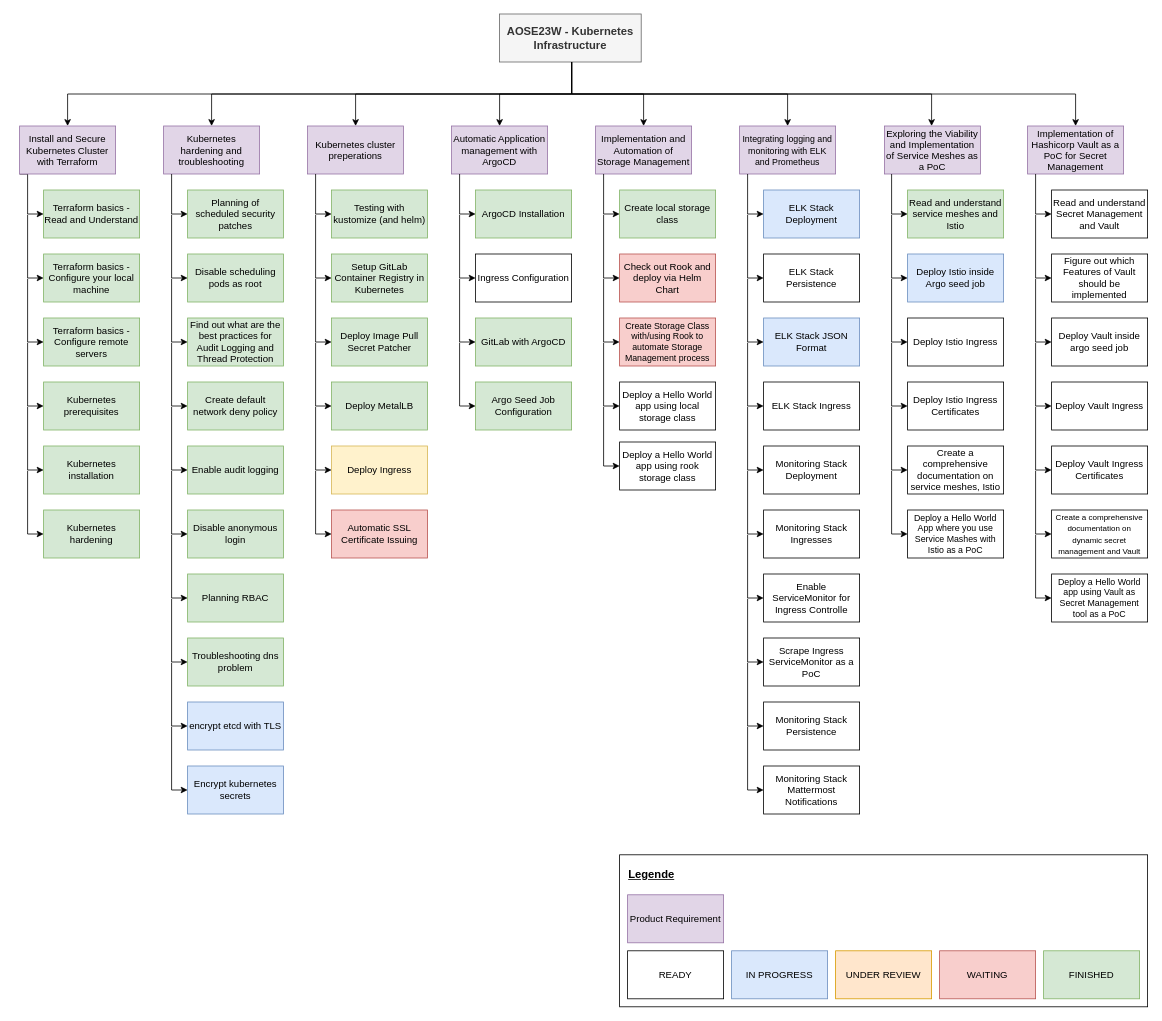
pogii123/drawio-charts keeps this draw.io diagram as uni-bsc/product-requirements-kubernetes-infrastructure.drawio. Above is the earlier version. Source tidied: cells renumbered, new cells numbered last; positions are measured from the earlier drawing's top-left corner, leaving out a move shared by most shapes. Both pictures are drawn from the tidied source at 80%, with x=0, y=0 at pixel (19, 14).
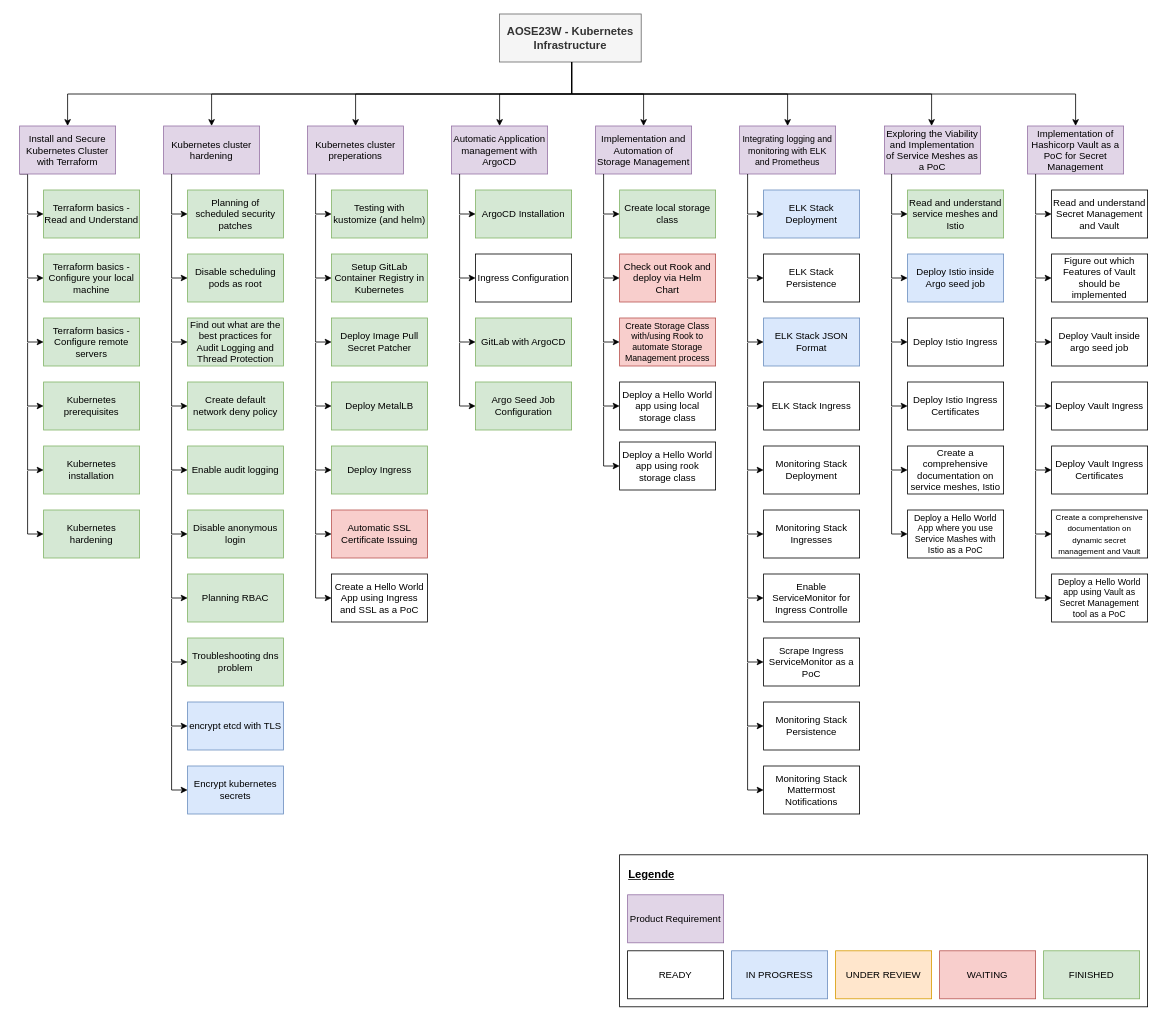
The same page after the edit.

Change to the diagram source:
```diff
@@
-    <mxCell id="14" value="&lt;p style=&quot;margin: 0px; font-style: normal; font-variant-caps: normal; font-stretch: normal; line-height: normal; font-size-adjust: none; font-kerning: auto; font-variant-alternates: normal; font-variant-ligatures: normal; font-variant-numeric: normal; font-variant-east-asian: normal; font-variant-position: normal; font-feature-settings: normal; font-optical-sizing: auto; font-variation-settings: normal;&quot;&gt;&lt;font face=&quot;Helvetica&quot; style=&quot;font-size: 12px;&quot;&gt;Kubernetes hardening and troubleshooting&lt;/font&gt;&lt;/p&gt;" style="whiteSpace=wrap;html=1;rounded=0;fillColor=#e1d5e7;strokeColor=#9673a6;" parent="1" vertex="1">
+    <mxCell id="14" value="&lt;p style=&quot;margin: 0px; font-style: normal; font-variant-caps: normal; font-stretch: normal; line-height: normal; font-size-adjust: none; font-kerning: auto; font-variant-alternates: normal; font-variant-ligatures: normal; font-variant-numeric: normal; font-variant-east-asian: normal; font-variant-position: normal; font-feature-settings: normal; font-optical-sizing: auto; font-variation-settings: normal;&quot;&gt;&lt;font face=&quot;Helvetica&quot; style=&quot;font-size: 12px;&quot;&gt;Kubernetes cluster hardening&lt;/font&gt;&lt;/p&gt;" style="whiteSpace=wrap;html=1;rounded=0;fillColor=#e1d5e7;strokeColor=#9673a6;" parent="1" vertex="1">
       <mxGeometry x="180" y="140" width="120" height="60" as="geometry" />
     </mxCell>
@@
-    <mxCell id="64" value="Deploy Ingress" style="rounded=0;whiteSpace=wrap;html=1;fillColor=#fff2cc;strokeColor=#d6b656;" parent="1" vertex="1">
+    <mxCell id="64" value="Deploy Ingress" style="rounded=0;whiteSpace=wrap;html=1;fillColor=#d5e8d4;strokeColor=#82b366;" parent="1" vertex="1">
       <mxGeometry x="390" y="540" width="120" height="60" as="geometry" />
     </mxCell>
@@
+    <mxCell id="135" value="Create a Hello World App using Ingress and SSL as a PoC" style="rounded=0;whiteSpace=wrap;html=1;" parent="1" vertex="1">
+      <mxGeometry x="390" y="700" width="120" height="60" as="geometry" />
+    </mxCell>
+    <mxCell id="136" style="edgeStyle=orthogonalEdgeStyle;rounded=0;orthogonalLoop=1;jettySize=auto;html=1;" parent="1" edge="1">
+      <mxGeometry relative="1" as="geometry">
+        <mxPoint x="370" y="651" as="sourcePoint" />
+        <mxPoint x="390" y="730" as="targetPoint" />
+        <Array as="points">
+          <mxPoint x="370" y="730" />
+          <mxPoint x="390" y="730" />
+        </Array>
+      </mxGeometry>
+    </mxCell>
```
